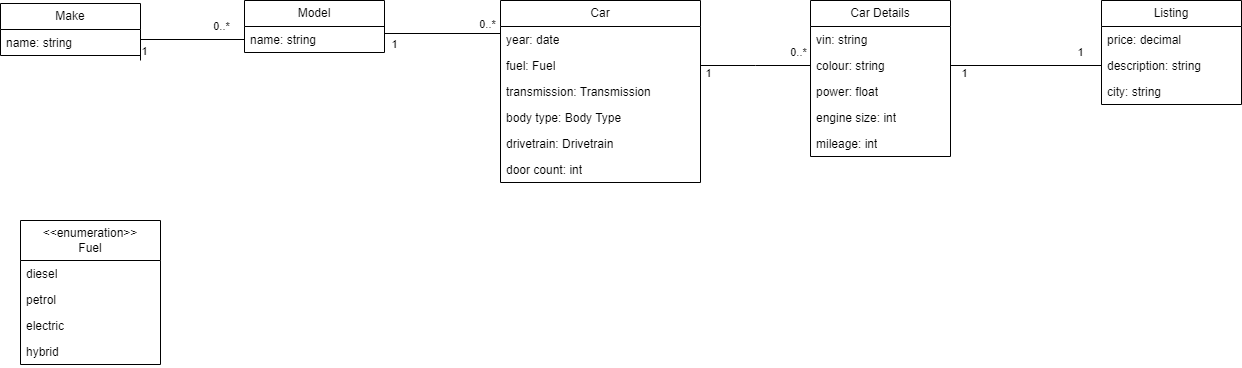
Above: docs/diagrams/entity-relationship-diagram.drawio.png in taurasbear/automotive-marketplace (draw.io), before the change. Source tidied: cells renumbered, new cells last; positions are measured from the earlier drawing's top-left corner, leaving out a move shared by most shapes.
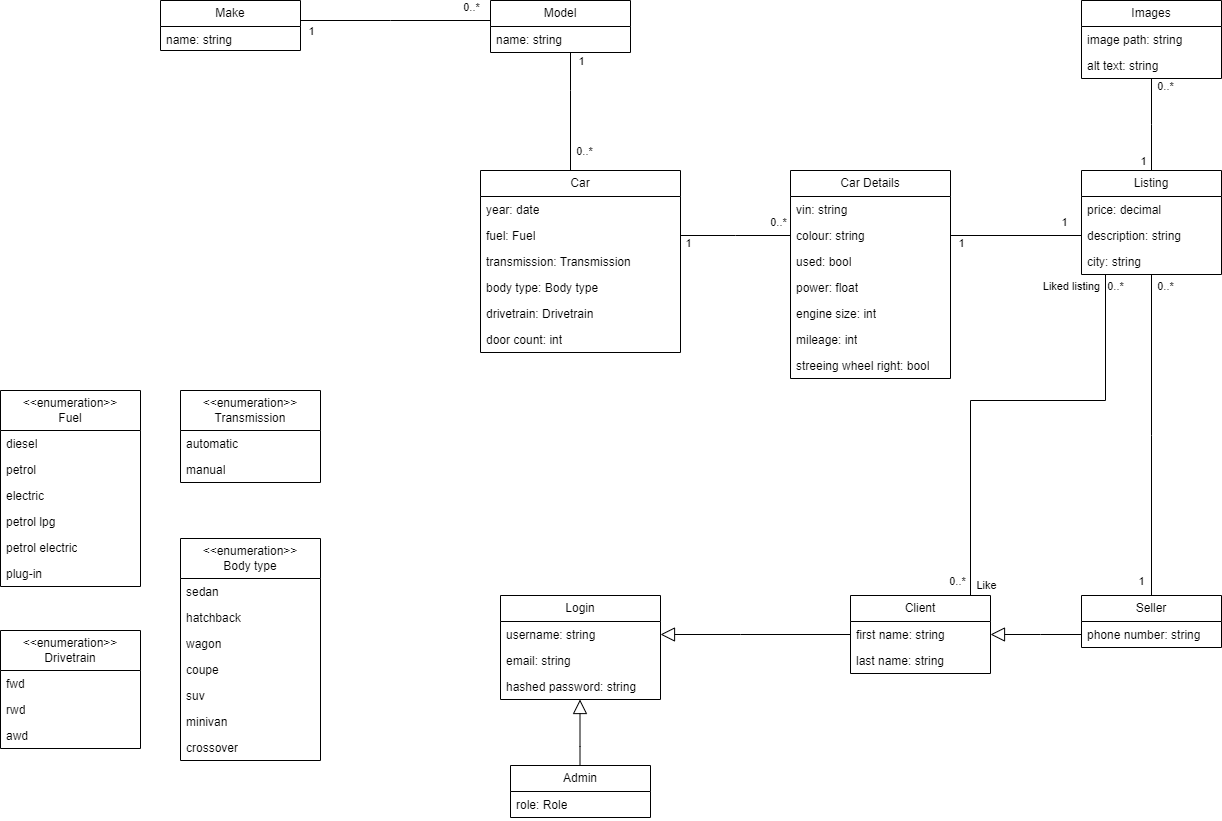
The same file after the commit.

Commit message:
Updated ER and use-case diagrams.

Diff of the diagram source:
```diff
@@ -5,9 +5,9 @@
     <mxCell id="2" value="Make" style="swimlane;fontStyle=0;horizontal=1;startSize=26;fillColor=none;whiteSpace=wrap;html=1;" parent="1" vertex="1">
-      <mxGeometry y="3" width="140" height="52" as="geometry" />
+      <mxGeometry x="180" y="-170" width="140" height="50" as="geometry" />
     </mxCell>
     <mxCell id="3" value="name: string" style="text;strokeColor=none;fillColor=none;align=left;verticalAlign=top;spacingLeft=4;spacingRight=4;overflow=hidden;whiteSpace=wrap;html=1;" parent="2" vertex="1">
-      <mxGeometry y="26" width="140" height="26" as="geometry" />
+      <mxGeometry y="26" width="140" height="24" as="geometry" />
     </mxCell>
     <mxCell id="4" value="Model" style="swimlane;fontStyle=0;horizontal=1;startSize=26;fillColor=none;whiteSpace=wrap;html=1;" parent="1" vertex="1">
-      <mxGeometry x="244" width="140" height="52" as="geometry" />
+      <mxGeometry x="510" y="-170" width="140" height="52" as="geometry" />
     </mxCell>
@@ -28,3 +28,3 @@
     </mxCell>
-    <mxCell id="10" value="body type: Body Type" style="text;strokeColor=none;fillColor=none;align=left;verticalAlign=top;spacingLeft=4;spacingRight=4;overflow=hidden;whiteSpace=wrap;html=1;" parent="6" vertex="1">
+    <mxCell id="10" value="body type: Body type" style="text;strokeColor=none;fillColor=none;align=left;verticalAlign=top;spacingLeft=4;spacingRight=4;overflow=hidden;whiteSpace=wrap;html=1;" parent="6" vertex="1">
       <mxGeometry y="104" width="200" height="26" as="geometry" />
@@ -37,7 +37,6 @@
     </mxCell>
-    <mxCell id="13" style="endArrow=none;html=1;rounded=0;exitX=1;exitY=0.192;exitDx=0;exitDy=0;exitPerimeter=0;entryX=0;entryY=0.5;entryDx=0;entryDy=0;strokeColor=default;edgeStyle=elbowEdgeStyle;elbow=vertical;" parent="1" edge="1" target="5">
+    <mxCell id="13" style="endArrow=none;html=1;rounded=0;strokeColor=default;edgeStyle=elbowEdgeStyle;elbow=vertical;" parent="1" edge="1" source="2" target="4">
       <mxGeometry relative="1" as="geometry">
-        <mxPoint x="140" y="60" as="sourcePoint" />
         <Array as="points">
-          <mxPoint x="200" y="39" />
+          <mxPoint x="410" y="-150" />
         </Array>
@@ -47,3 +46,3 @@
       <mxGeometry x="0.53" relative="1" as="geometry">
-        <mxPoint x="5" y="-14" as="offset" />
+        <mxPoint x="24" y="-14" as="offset" />
       </mxGeometry>
@@ -52,8 +51,9 @@
       <mxGeometry x="-0.72" y="1" relative="1" as="geometry">
-        <mxPoint x="4" y="8" as="offset" />
+        <mxPoint x="-16" y="11" as="offset" />
       </mxGeometry>
     </mxCell>
-    <mxCell id="16" style="endArrow=none;html=1;rounded=0;exitX=1;exitY=0.25;exitDx=0;exitDy=0;strokeColor=default;edgeStyle=elbowEdgeStyle;elbow=vertical;entryX=0;entryY=0.5;entryDx=0;entryDy=0;" parent="1" edge="1" source="4" target="7">
+    <mxCell id="16" style="endArrow=none;html=1;rounded=0;strokeColor=default;edgeStyle=elbowEdgeStyle;elbow=vertical;" parent="1" edge="1" source="4" target="6">
       <mxGeometry relative="1" as="geometry">
         <Array as="points">
+          <mxPoint x="590" y="-80" />
           <mxPoint x="430" y="33" />
@@ -65,3 +65,3 @@
       <mxGeometry x="0.53" relative="1" as="geometry">
-        <mxPoint x="13" y="-10" as="offset" />
+        <mxPoint x="13" y="8" as="offset" />
       </mxGeometry>
@@ -70,3 +70,3 @@
       <mxGeometry x="-0.72" y="1" relative="1" as="geometry">
-        <mxPoint x="9" y="11" as="offset" />
+        <mxPoint x="9" y="-8" as="offset" />
       </mxGeometry>
@@ -74,3 +74,3 @@
     <mxCell id="19" value="&lt;div&gt;&amp;lt;&amp;lt;enumeration&amp;gt;&amp;gt;&lt;/div&gt;Fuel" style="swimlane;fontStyle=0;horizontal=1;startSize=40;fillColor=none;whiteSpace=wrap;html=1;" parent="1" vertex="1">
-      <mxGeometry x="20" y="220" width="140" height="144" as="geometry" />
+      <mxGeometry x="20" y="220" width="140" height="196" as="geometry" />
     </mxCell>
@@ -85,23 +85,35 @@
     </mxCell>
-    <mxCell id="23" value="hybrid" style="text;strokeColor=none;fillColor=none;align=left;verticalAlign=top;spacingLeft=4;spacingRight=4;overflow=hidden;whiteSpace=wrap;html=1;" parent="19" vertex="1">
+    <mxCell id="23" value="petrol lpg" style="text;strokeColor=none;fillColor=none;align=left;verticalAlign=top;spacingLeft=4;spacingRight=4;overflow=hidden;whiteSpace=wrap;html=1;" parent="19" vertex="1">
       <mxGeometry y="118" width="140" height="26" as="geometry" />
     </mxCell>
+    <mxCell id="40" value="petrol electric" style="text;strokeColor=none;fillColor=none;align=left;verticalAlign=top;spacingLeft=4;spacingRight=4;overflow=hidden;whiteSpace=wrap;html=1;" parent="19" vertex="1">
+      <mxGeometry y="144" width="140" height="26" as="geometry" />
+    </mxCell>
+    <mxCell id="41" value="plug-in" style="text;strokeColor=none;fillColor=none;align=left;verticalAlign=top;spacingLeft=4;spacingRight=4;overflow=hidden;whiteSpace=wrap;html=1;" parent="19" vertex="1">
+      <mxGeometry y="170" width="140" height="26" as="geometry" />
+    </mxCell>
     <mxCell id="24" value="Car Details" style="swimlane;fontStyle=0;horizontal=1;startSize=26;fillColor=none;whiteSpace=wrap;html=1;" parent="1" vertex="1">
-      <mxGeometry x="810" width="140" height="156" as="geometry" />
+      <mxGeometry x="810" width="160" height="208" as="geometry" />
     </mxCell>
     <mxCell id="25" value="vin: string" style="text;strokeColor=none;fillColor=none;align=left;verticalAlign=top;spacingLeft=4;spacingRight=4;overflow=hidden;whiteSpace=wrap;html=1;" parent="24" vertex="1">
-      <mxGeometry y="26" width="140" height="26" as="geometry" />
+      <mxGeometry y="26" width="160" height="26" as="geometry" />
     </mxCell>
     <mxCell id="26" value="colour: string" style="text;strokeColor=none;fillColor=none;align=left;verticalAlign=top;spacingLeft=4;spacingRight=4;overflow=hidden;points=[[0,0.5],[1,0.5]];portConstraint=eastwest;whiteSpace=wrap;html=1;" parent="24" vertex="1">
-      <mxGeometry y="52" width="140" height="26" as="geometry" />
+      <mxGeometry y="52" width="160" height="26" as="geometry" />
     </mxCell>
+    <mxCell id="42" value="used: bool" style="text;strokeColor=none;fillColor=none;align=left;verticalAlign=top;spacingLeft=4;spacingRight=4;overflow=hidden;whiteSpace=wrap;html=1;" parent="24" vertex="1">
+      <mxGeometry y="78" width="160" height="26" as="geometry" />
+    </mxCell>
     <mxCell id="27" value="power: float" style="text;strokeColor=none;fillColor=none;align=left;verticalAlign=top;spacingLeft=4;spacingRight=4;overflow=hidden;whiteSpace=wrap;html=1;" parent="24" vertex="1">
-      <mxGeometry y="78" width="140" height="26" as="geometry" />
+      <mxGeometry y="104" width="160" height="26" as="geometry" />
     </mxCell>
     <mxCell id="28" value="engine size: int" style="text;strokeColor=none;fillColor=none;align=left;verticalAlign=top;spacingLeft=4;spacingRight=4;overflow=hidden;whiteSpace=wrap;html=1;" parent="24" vertex="1">
-      <mxGeometry y="104" width="140" height="26" as="geometry" />
+      <mxGeometry y="130" width="160" height="26" as="geometry" />
     </mxCell>
     <mxCell id="29" value="mileage: int" style="text;strokeColor=none;fillColor=none;align=left;verticalAlign=top;spacingLeft=4;spacingRight=4;overflow=hidden;whiteSpace=wrap;html=1;" parent="24" vertex="1">
-      <mxGeometry y="130" width="140" height="26" as="geometry" />
+      <mxGeometry y="156" width="160" height="26" as="geometry" />
     </mxCell>
+    <mxCell id="43" value="streeing wheel right: bool" style="text;strokeColor=none;fillColor=none;align=left;verticalAlign=top;spacingLeft=4;spacingRight=4;overflow=hidden;whiteSpace=wrap;html=1;" parent="24" vertex="1">
+      <mxGeometry y="182" width="160" height="26" as="geometry" />
+    </mxCell>
     <mxCell id="30" value="Listing" style="swimlane;fontStyle=0;horizontal=1;startSize=26;fillColor=none;whiteSpace=wrap;html=1;" parent="1" vertex="1">
@@ -144,2 +156,168 @@
     </mxCell>
+    <mxCell id="44" value="Seller" style="swimlane;fontStyle=0;horizontal=1;startSize=26;fillColor=none;whiteSpace=wrap;html=1;" parent="1" vertex="1">
+      <mxGeometry x="1101" y="425" width="140" height="52" as="geometry" />
+    </mxCell>
+    <mxCell id="45" value="phone number: string" style="text;strokeColor=none;fillColor=none;align=left;verticalAlign=top;spacingLeft=4;spacingRight=4;overflow=hidden;whiteSpace=wrap;html=1;" parent="44" vertex="1">
+      <mxGeometry y="26" width="140" height="26" as="geometry" />
+    </mxCell>
+    <mxCell id="46" value="Login" style="swimlane;fontStyle=0;horizontal=1;startSize=26;fillColor=none;whiteSpace=wrap;html=1;" parent="1" vertex="1">
+      <mxGeometry x="520" y="425" width="160" height="104" as="geometry" />
+    </mxCell>
+    <mxCell id="47" value="username: string" style="text;strokeColor=none;fillColor=none;align=left;verticalAlign=top;spacingLeft=4;spacingRight=4;overflow=hidden;points=[[0,0.5],[1,0.5]];portConstraint=eastwest;whiteSpace=wrap;html=1;" parent="46" vertex="1">
+      <mxGeometry y="26" width="160" height="26" as="geometry" />
+    </mxCell>
+    <mxCell id="48" value="email: string" style="text;strokeColor=none;fillColor=none;align=left;verticalAlign=top;spacingLeft=4;spacingRight=4;overflow=hidden;whiteSpace=wrap;html=1;" parent="46" vertex="1">
+      <mxGeometry y="52" width="160" height="26" as="geometry" />
+    </mxCell>
+    <mxCell id="49" value="hashed password: string" style="text;strokeColor=none;fillColor=none;align=left;verticalAlign=top;spacingLeft=4;spacingRight=4;overflow=hidden;whiteSpace=wrap;html=1;" parent="46" vertex="1">
+      <mxGeometry y="78" width="160" height="26" as="geometry" />
+    </mxCell>
+    <mxCell id="50" style="edgeStyle=elbowEdgeStyle;html=1;endSize=12;endArrow=block;endFill=0;rounded=0;" parent="1" edge="1" source="44" target="51">
+      <mxGeometry relative="1" as="geometry">
+        <Array as="points">
+          <mxPoint x="1060" y="464" />
+        </Array>
+      </mxGeometry>
+    </mxCell>
+    <mxCell id="51" value="Client" style="swimlane;fontStyle=0;horizontal=1;startSize=26;fillColor=none;whiteSpace=wrap;html=1;" parent="1" vertex="1">
+      <mxGeometry x="870" y="425" width="140" height="78" as="geometry" />
+    </mxCell>
+    <mxCell id="52" value="first name: string" style="text;strokeColor=none;fillColor=none;align=left;verticalAlign=top;spacingLeft=4;spacingRight=4;overflow=hidden;points=[[0,0.5],[1,0.5]];portConstraint=eastwest;whiteSpace=wrap;html=1;" parent="51" vertex="1">
+      <mxGeometry y="26" width="140" height="26" as="geometry" />
+    </mxCell>
+    <mxCell id="53" value="last name: string" style="text;strokeColor=none;fillColor=none;align=left;verticalAlign=top;spacingLeft=4;spacingRight=4;overflow=hidden;whiteSpace=wrap;html=1;" parent="51" vertex="1">
+      <mxGeometry y="52" width="140" height="26" as="geometry" />
+    </mxCell>
+    <mxCell id="54" style="edgeStyle=elbowEdgeStyle;html=1;endSize=12;endArrow=block;endFill=0;rounded=0;exitX=0;exitY=0.5;exitDx=0;exitDy=0;entryX=1;entryY=0.5;entryDx=0;entryDy=0;" parent="1" edge="1" source="52" target="47">
+      <mxGeometry relative="1" as="geometry">
+        <Array as="points">
+          <mxPoint x="760" y="465" />
+          <mxPoint x="930" y="529" />
+        </Array>
+      </mxGeometry>
+    </mxCell>
+    <mxCell id="55" style="endArrow=none;html=1;rounded=0;exitX=0.5;exitY=0;exitDx=0;exitDy=0;strokeColor=default;edgeStyle=elbowEdgeStyle;elbow=vertical;" parent="1" edge="1" source="44" target="30">
+      <mxGeometry relative="1" as="geometry" />
+    </mxCell>
+    <mxCell id="56" value="0..*" style="edgeLabel;html=1;align=center;verticalAlign=middle;" parent="55" vertex="1">
+      <mxGeometry x="0.53" relative="1" as="geometry">
+        <mxPoint x="13" y="-64" as="offset" />
+      </mxGeometry>
+    </mxCell>
+    <mxCell id="57" value="1" style="edgeLabel;html=1;align=center;verticalAlign=middle;" parent="55" vertex="1">
+      <mxGeometry x="-0.72" y="1" relative="1" as="geometry">
+        <mxPoint x="-10" y="30" as="offset" />
+      </mxGeometry>
+    </mxCell>
+    <mxCell id="58" value="Admin" style="swimlane;fontStyle=0;horizontal=1;startSize=26;fillColor=none;whiteSpace=wrap;html=1;" parent="1" vertex="1">
+      <mxGeometry x="530" y="595" width="140" height="52" as="geometry" />
+    </mxCell>
+    <mxCell id="59" value="role: Role" style="text;strokeColor=none;fillColor=none;align=left;verticalAlign=top;spacingLeft=4;spacingRight=4;overflow=hidden;whiteSpace=wrap;html=1;" parent="58" vertex="1">
+      <mxGeometry y="26" width="140" height="26" as="geometry" />
+    </mxCell>
+    <mxCell id="60" style="edgeStyle=elbowEdgeStyle;html=1;endSize=12;endArrow=block;endFill=0;rounded=0;" parent="1" edge="1" source="58">
+      <mxGeometry relative="1" as="geometry">
+        <mxPoint x="599.5" y="529" as="targetPoint" />
+        <Array as="points">
+          <mxPoint x="599.5" y="576" />
+          <mxPoint x="769.5" y="640" />
+        </Array>
+      </mxGeometry>
+    </mxCell>
+    <mxCell id="61" style="endArrow=none;html=1;rounded=0;strokeColor=default;edgeStyle=elbowEdgeStyle;elbow=vertical;exitX=0.25;exitY=0;exitDx=0;exitDy=0;" parent="1" edge="1" target="30">
+      <mxGeometry relative="1" as="geometry">
+        <mxPoint x="990" y="425" as="sourcePoint" />
+        <Array as="points">
+          <mxPoint x="1125" y="230" />
+          <mxPoint x="1105" y="200" />
+        </Array>
+      </mxGeometry>
+    </mxCell>
+    <mxCell id="62" value="0..*" style="edgeLabel;html=1;align=center;verticalAlign=middle;" parent="61" vertex="1">
+      <mxGeometry x="0.53" relative="1" as="geometry">
+        <mxPoint x="9" y="-95" as="offset" />
+      </mxGeometry>
+    </mxCell>
+    <mxCell id="63" value="0..*" style="edgeLabel;html=1;align=center;verticalAlign=middle;" parent="61" vertex="1">
+      <mxGeometry x="-0.72" y="1" relative="1" as="geometry">
+        <mxPoint x="-13" y="48" as="offset" />
+      </mxGeometry>
+    </mxCell>
+    <mxCell id="64" value="Liked listing" style="edgeLabel;html=1;align=center;verticalAlign=middle;" parent="61" vertex="1">
+      <mxGeometry x="0.83" y="-1" relative="1" as="geometry">
+        <mxPoint x="-36" y="-27" as="offset" />
+      </mxGeometry>
+    </mxCell>
+    <mxCell id="65" value="L&lt;span style=&quot;background-color: light-dark(#ffffff, var(--ge-dark-color, #121212)); color: light-dark(rgb(0, 0, 0), rgb(255, 255, 255));&quot;&gt;ike&lt;/span&gt;" style="edgeLabel;html=1;align=center;verticalAlign=middle;" parent="61" vertex="1">
+      <mxGeometry x="-0.92" relative="1" as="geometry">
+        <mxPoint x="15" y="7" as="offset" />
+      </mxGeometry>
+    </mxCell>
+    <mxCell id="66" value="Images" style="swimlane;fontStyle=0;horizontal=1;startSize=26;fillColor=none;whiteSpace=wrap;html=1;" parent="1" vertex="1">
+      <mxGeometry x="1101" y="-170" width="140" height="78" as="geometry" />
+    </mxCell>
+    <mxCell id="67" value="image path: string" style="text;strokeColor=none;fillColor=none;align=left;verticalAlign=top;spacingLeft=4;spacingRight=4;overflow=hidden;whiteSpace=wrap;html=1;" parent="66" vertex="1">
+      <mxGeometry y="26" width="140" height="26" as="geometry" />
+    </mxCell>
+    <mxCell id="68" value="alt text: string" style="text;strokeColor=none;fillColor=none;align=left;verticalAlign=top;spacingLeft=4;spacingRight=4;overflow=hidden;whiteSpace=wrap;html=1;" parent="66" vertex="1">
+      <mxGeometry y="52" width="140" height="26" as="geometry" />
+    </mxCell>
+    <mxCell id="69" style="endArrow=none;html=1;rounded=0;strokeColor=default;edgeStyle=elbowEdgeStyle;elbow=vertical;" parent="1" edge="1" source="30" target="66">
+      <mxGeometry relative="1" as="geometry" />
+    </mxCell>
+    <mxCell id="70" value="0..*" style="edgeLabel;html=1;align=center;verticalAlign=middle;" parent="69" vertex="1">
+      <mxGeometry x="0.53" relative="1" as="geometry">
+        <mxPoint x="13" y="-14" as="offset" />
+      </mxGeometry>
+    </mxCell>
+    <mxCell id="71" value="1" style="edgeLabel;html=1;align=center;verticalAlign=middle;" parent="69" vertex="1">
+      <mxGeometry x="-0.72" y="1" relative="1" as="geometry">
+        <mxPoint x="-8" y="3" as="offset" />
+      </mxGeometry>
+    </mxCell>
+    <mxCell id="72" value="&lt;div&gt;&amp;lt;&amp;lt;enumeration&amp;gt;&amp;gt;&lt;/div&gt;Transmission" style="swimlane;fontStyle=0;horizontal=1;startSize=40;fillColor=none;whiteSpace=wrap;html=1;" parent="1" vertex="1">
+      <mxGeometry x="200" y="220" width="140" height="92" as="geometry" />
+    </mxCell>
+    <mxCell id="73" value="automatic" style="text;strokeColor=none;fillColor=none;align=left;verticalAlign=top;spacingLeft=4;spacingRight=4;overflow=hidden;whiteSpace=wrap;html=1;" parent="72" vertex="1">
+      <mxGeometry y="40" width="140" height="26" as="geometry" />
+    </mxCell>
+    <mxCell id="74" value="manual" style="text;strokeColor=none;fillColor=none;align=left;verticalAlign=top;spacingLeft=4;spacingRight=4;overflow=hidden;whiteSpace=wrap;html=1;" parent="72" vertex="1">
+      <mxGeometry y="66" width="140" height="26" as="geometry" />
+    </mxCell>
+    <mxCell id="75" value="&lt;div&gt;&amp;lt;&amp;lt;enumeration&amp;gt;&amp;gt;&lt;/div&gt;Drivetrain" style="swimlane;fontStyle=0;horizontal=1;startSize=40;fillColor=none;whiteSpace=wrap;html=1;" parent="1" vertex="1">
+      <mxGeometry x="20" y="460" width="140" height="118" as="geometry" />
+    </mxCell>
+    <mxCell id="76" value="fwd" style="text;strokeColor=none;fillColor=none;align=left;verticalAlign=top;spacingLeft=4;spacingRight=4;overflow=hidden;whiteSpace=wrap;html=1;" parent="75" vertex="1">
+      <mxGeometry y="40" width="140" height="26" as="geometry" />
+    </mxCell>
+    <mxCell id="77" value="rwd" style="text;strokeColor=none;fillColor=none;align=left;verticalAlign=top;spacingLeft=4;spacingRight=4;overflow=hidden;whiteSpace=wrap;html=1;" parent="75" vertex="1">
+      <mxGeometry y="66" width="140" height="26" as="geometry" />
+    </mxCell>
+    <mxCell id="78" value="awd" style="text;strokeColor=none;fillColor=none;align=left;verticalAlign=top;spacingLeft=4;spacingRight=4;overflow=hidden;whiteSpace=wrap;html=1;" parent="75" vertex="1">
+      <mxGeometry y="92" width="140" height="26" as="geometry" />
+    </mxCell>
+    <mxCell id="79" value="&lt;div&gt;&amp;lt;&amp;lt;enumeration&amp;gt;&amp;gt;&lt;/div&gt;Body type" style="swimlane;fontStyle=0;horizontal=1;startSize=40;fillColor=none;whiteSpace=wrap;html=1;" parent="1" vertex="1">
+      <mxGeometry x="200" y="368" width="140" height="222" as="geometry" />
+    </mxCell>
+    <mxCell id="80" value="sedan" style="text;strokeColor=none;fillColor=none;align=left;verticalAlign=top;spacingLeft=4;spacingRight=4;overflow=hidden;whiteSpace=wrap;html=1;" parent="79" vertex="1">
+      <mxGeometry y="40" width="140" height="26" as="geometry" />
+    </mxCell>
+    <mxCell id="81" value="hatchback" style="text;strokeColor=none;fillColor=none;align=left;verticalAlign=top;spacingLeft=4;spacingRight=4;overflow=hidden;whiteSpace=wrap;html=1;" parent="79" vertex="1">
+      <mxGeometry y="66" width="140" height="26" as="geometry" />
+    </mxCell>
+    <mxCell id="82" value="wagon" style="text;strokeColor=none;fillColor=none;align=left;verticalAlign=top;spacingLeft=4;spacingRight=4;overflow=hidden;whiteSpace=wrap;html=1;" parent="79" vertex="1">
+      <mxGeometry y="92" width="140" height="26" as="geometry" />
+    </mxCell>
+    <mxCell id="83" value="coupe" style="text;strokeColor=none;fillColor=none;align=left;verticalAlign=top;spacingLeft=4;spacingRight=4;overflow=hidden;whiteSpace=wrap;html=1;" parent="79" vertex="1">
+      <mxGeometry y="118" width="140" height="26" as="geometry" />
+    </mxCell>
+    <mxCell id="84" value="suv" style="text;strokeColor=none;fillColor=none;align=left;verticalAlign=top;spacingLeft=4;spacingRight=4;overflow=hidden;whiteSpace=wrap;html=1;" parent="79" vertex="1">
+      <mxGeometry y="144" width="140" height="26" as="geometry" />
+    </mxCell>
+    <mxCell id="85" value="minivan" style="text;strokeColor=none;fillColor=none;align=left;verticalAlign=top;spacingLeft=4;spacingRight=4;overflow=hidden;whiteSpace=wrap;html=1;" parent="79" vertex="1">
+      <mxGeometry y="170" width="140" height="26" as="geometry" />
+    </mxCell>
+    <mxCell id="86" value="crossover" style="text;strokeColor=none;fillColor=none;align=left;verticalAlign=top;spacingLeft=4;spacingRight=4;overflow=hidden;whiteSpace=wrap;html=1;" parent="79" vertex="1">
+      <mxGeometry y="196" width="140" height="26" as="geometry" />
+    </mxCell>
   </root>
```
